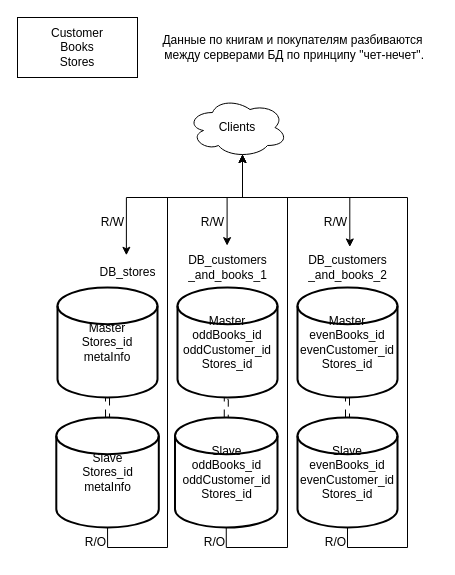
This is 12.7_replication_and_scaling_p2/horizontal_sharding.drawio from donyamirea/netology_hw, a draw.io file, before an edit. Source tidied: cells renumbered, new cells numbered last; positions are measured from the earlier drawing's top-left corner, leaving out a move shared by most shapes. Both pictures are drawn from the tidied source at 100%, with x=0, y=0 at pixel (17, 17).
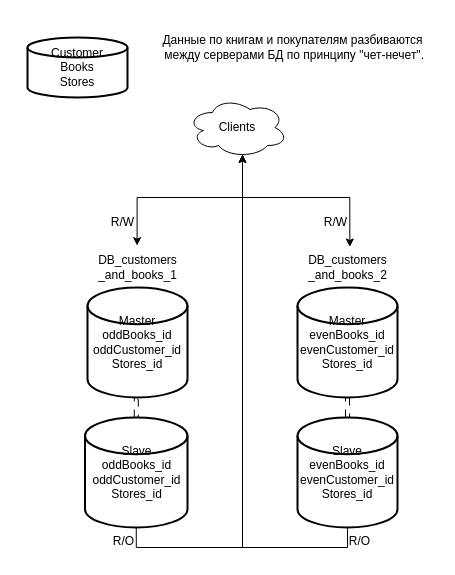
The same page after the edit.

Commit message (it also covers changes not shown here):
Выполнил 2 пункт задания 2, нужны скрины

Unchanged cells that the change refers to:
```xml
<mxCell id="18" value="Clients" style="ellipse;shape=cloud;whiteSpace=wrap;html=1;align=center;" parent="1" vertex="1">
  <mxGeometry x="170" y="80" width="100" height="60" as="geometry" />
</mxCell>
<mxCell id="22" value="Slave&lt;br&gt;evenBooks_id&lt;br&gt;evenCustomer_id&lt;br&gt;Stores_id" style="strokeWidth=2;html=1;shape=mxgraph.flowchart.database;whiteSpace=wrap;" parent="1" vertex="1">
  <mxGeometry x="280" y="400" width="100" height="110" as="geometry" />
</mxCell>
```

Diff of the diagram source:
```diff
@@
-    <mxCell id="2" style="edgeStyle=orthogonalEdgeStyle;rounded=0;jettySize=auto;html=1;exitX=0.5;exitY=1;exitDx=0;exitDy=0;exitPerimeter=0;entryX=0.5;entryY=0;entryDx=0;entryDy=0;entryPerimeter=0;shape=link;dashed=1;dashPattern=8 8;" parent="1" edge="1" source="3" target="20">
-      <mxGeometry relative="1" as="geometry" />
-    </mxCell>
-    <mxCell id="3" value="Master&lt;br&gt;Stores_id&lt;br&gt;metaInfo" style="strokeWidth=2;html=1;shape=mxgraph.flowchart.database;whiteSpace=wrap;" parent="1" vertex="1">
-      <mxGeometry x="40" y="270" width="100" height="110" as="geometry" />
-    </mxCell>
@@
     <mxCell id="5" value="Master&lt;br&gt;oddBooks_id&lt;br&gt;oddCustomer_id&lt;br&gt;Stores_id" style="strokeWidth=2;html=1;shape=mxgraph.flowchart.database;whiteSpace=wrap;" parent="1" vertex="1">
-      <mxGeometry x="160" y="270" width="100" height="110" as="geometry" />
+      <mxGeometry x="70" y="270" width="100" height="110" as="geometry" />
     </mxCell>
-    <mxCell id="6" value="Customer&lt;br&gt;Books&lt;br&gt;Stores" style="rounded=0;whiteSpace=wrap;html=1;" parent="1" vertex="1">
-      <mxGeometry width="120" height="60" as="geometry" />
-    </mxCell>
-    <mxCell id="7" value="DB_stores" style="text;html=1;align=center;verticalAlign=middle;points=[];strokeColor=none;fillColor=none;" parent="1" vertex="1">
-      <mxGeometry x="70" y="240" width="80" height="30" as="geometry" />
-    </mxCell>
     <mxCell id="8" value="DB_customers&lt;br&gt;_and_books_1" style="text;html=1;align=center;verticalAlign=middle;points=[];strokeColor=none;fillColor=none;" parent="1" vertex="1">
-      <mxGeometry x="160" y="230" width="100" height="40" as="geometry" />
+      <mxGeometry x="70" y="230" width="100" height="40" as="geometry" />
     </mxCell>
@@
     <mxCell id="12" style="edgeStyle=orthogonalEdgeStyle;rounded=0;jettySize=auto;html=1;exitX=0.55;exitY=0.95;exitDx=0;exitDy=0;exitPerimeter=0;entryX=0.496;entryY=-0.047;entryDx=0;entryDy=0;entryPerimeter=0;" parent="1" edge="1" source="18" target="8">
       <mxGeometry relative="1" as="geometry">
         <Array as="points">
           <mxPoint x="225" y="180" />
-          <mxPoint x="210" y="180" />
+          <mxPoint x="120" y="180" />
         </Array>
       </mxGeometry>
     </mxCell>
-    <mxCell id="13" style="edgeStyle=orthogonalEdgeStyle;rounded=0;jettySize=auto;html=1;exitX=0.55;exitY=0.95;exitDx=0;exitDy=0;exitPerimeter=0;entryX=0.486;entryY=-0.075;entryDx=0;entryDy=0;entryPerimeter=0;" parent="1" edge="1" source="18" target="7">
-      <mxGeometry relative="1" as="geometry">
-        <Array as="points">
-          <mxPoint x="225" y="180" />
-          <mxPoint x="109" y="180" />
-        </Array>
-      </mxGeometry>
-    </mxCell>
@@
-    <mxCell id="15" style="edgeStyle=orthogonalEdgeStyle;rounded=0;jettySize=auto;html=1;exitX=0.55;exitY=0.95;exitDx=0;exitDy=0;exitPerimeter=0;entryX=0.5;entryY=1;entryDx=0;entryDy=0;entryPerimeter=0;strokeColor=default;startArrow=classic;startFill=1;endArrow=none;endFill=0;" parent="1" edge="1" source="18" target="20">
-      <mxGeometry relative="1" as="geometry">
-        <Array as="points">
-          <mxPoint x="225" y="180" />
-          <mxPoint x="150" y="180" />
-          <mxPoint x="150" y="530" />
-          <mxPoint x="90" y="530" />
-        </Array>
-      </mxGeometry>
-    </mxCell>
     <mxCell id="16" style="edgeStyle=orthogonalEdgeStyle;rounded=0;jettySize=auto;html=1;exitX=0.55;exitY=0.95;exitDx=0;exitDy=0;exitPerimeter=0;entryX=0.5;entryY=1;entryDx=0;entryDy=0;entryPerimeter=0;strokeColor=default;startArrow=classic;startFill=1;endArrow=none;endFill=0;" parent="1" edge="1" source="18" target="21">
       <mxGeometry relative="1" as="geometry">
         <Array as="points">
-          <mxPoint x="225" y="180" />
-          <mxPoint x="270" y="180" />
-          <mxPoint x="270" y="530" />
-          <mxPoint x="209" y="530" />
+          <mxPoint x="225" y="530" />
+          <mxPoint x="119" y="530" />
         </Array>
       </mxGeometry>
     </mxCell>
     <mxCell id="17" style="edgeStyle=orthogonalEdgeStyle;rounded=0;jettySize=auto;html=1;exitX=0.55;exitY=0.95;exitDx=0;exitDy=0;exitPerimeter=0;entryX=0.5;entryY=1;entryDx=0;entryDy=0;entryPerimeter=0;strokeColor=default;startArrow=classic;startFill=1;endArrow=none;endFill=0;" parent="1" edge="1" source="18" target="22">
       <mxGeometry relative="1" as="geometry">
         <Array as="points">
-          <mxPoint x="225" y="180" />
-          <mxPoint x="390" y="180" />
-          <mxPoint x="390" y="530" />
+          <mxPoint x="225" y="530" />
           <mxPoint x="330" y="530" />
         </Array>
       </mxGeometry>
     </mxCell>
@@
-    <mxCell id="20" value="Slave&lt;br&gt;Stores_id&lt;br&gt;metaInfo" style="strokeWidth=2;html=1;shape=mxgraph.flowchart.database;whiteSpace=wrap;" parent="1" vertex="1">
-      <mxGeometry x="38.8" y="400" width="102.5" height="110" as="geometry" />
-    </mxCell>
     <mxCell id="21" value="Slave&lt;br&gt;oddBooks_id&lt;br&gt;oddCustomer_id&lt;br&gt;Stores_id" style="strokeWidth=2;html=1;shape=mxgraph.flowchart.database;whiteSpace=wrap;" parent="1" vertex="1">
-      <mxGeometry x="157.5" y="400" width="102.5" height="110" as="geometry" />
+      <mxGeometry x="67.5" y="400" width="102.5" height="110" as="geometry" />
     </mxCell>
@@
-    <mxCell id="23" value="R/W" style="text;html=1;align=center;verticalAlign=middle;strokeColor=none;fillColor=none;" parent="1" vertex="1">
-      <mxGeometry x="70" y="190" width="50" height="30" as="geometry" />
-    </mxCell>
     <mxCell id="24" value="R/W" style="text;html=1;align=center;verticalAlign=middle;strokeColor=none;fillColor=none;" parent="1" vertex="1">
-      <mxGeometry x="170" y="190" width="50" height="30" as="geometry" />
+      <mxGeometry x="80" y="190" width="50" height="30" as="geometry" />
     </mxCell>
@@
     <mxCell id="26" value="R/O" style="text;html=1;align=center;verticalAlign=middle;strokeColor=none;fillColor=none;" parent="1" vertex="1">
-      <mxGeometry x="298" y="510" width="40" height="30" as="geometry" />
+      <mxGeometry x="322" y="509" width="40" height="30" as="geometry" />
     </mxCell>
     <mxCell id="27" value="R/O" style="text;html=1;align=center;verticalAlign=middle;strokeColor=none;fillColor=none;" parent="1" vertex="1">
-      <mxGeometry x="177" y="510" width="40" height="30" as="geometry" />
+      <mxGeometry x="86" y="509" width="40" height="30" as="geometry" />
     </mxCell>
-    <mxCell id="28" value="R/O" style="text;html=1;align=center;verticalAlign=middle;strokeColor=none;fillColor=none;" parent="1" vertex="1">
-      <mxGeometry x="58" y="510" width="40" height="30" as="geometry" />
-    </mxCell>
+    <mxCell id="6" value="Customer&lt;br&gt;Books&lt;br&gt;Stores" style="strokeWidth=2;html=1;shape=mxgraph.flowchart.database;whiteSpace=wrap;" parent="1" vertex="1">
+      <mxGeometry x="10" y="20" width="100" height="60" as="geometry" />
+    </mxCell>
```
